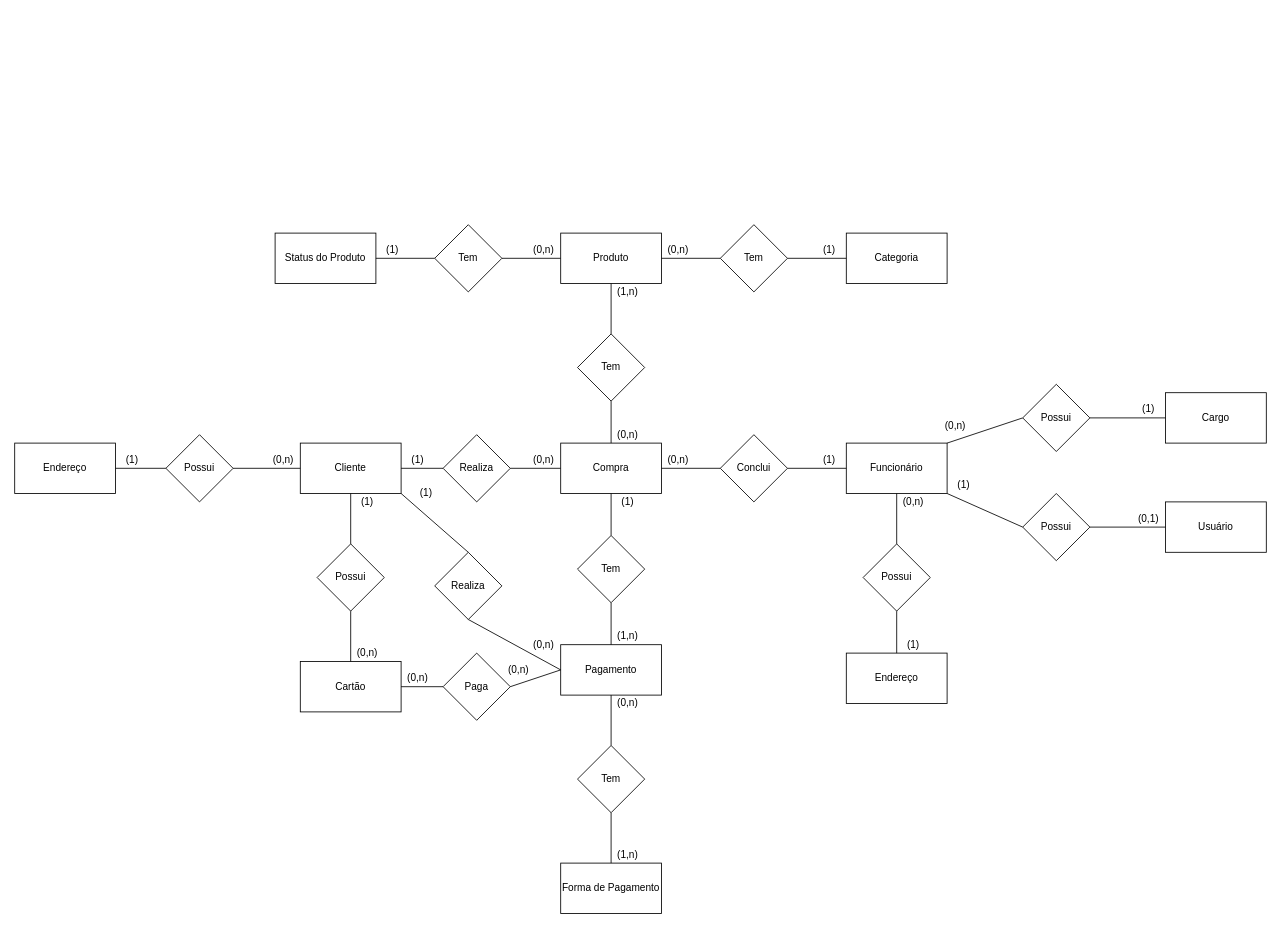
This is DiagramaER.drawio from EdilsonMedeiros/Projeto-Loja, a draw.io file, before an edit. Source tidied: cells renumbered, new cells numbered last; positions are measured from the earlier drawing's top-left corner, leaving out a move shared by most shapes. Both pictures are drawn from the tidied source at 84%, with x=0, y=0 at pixel (14, 224).
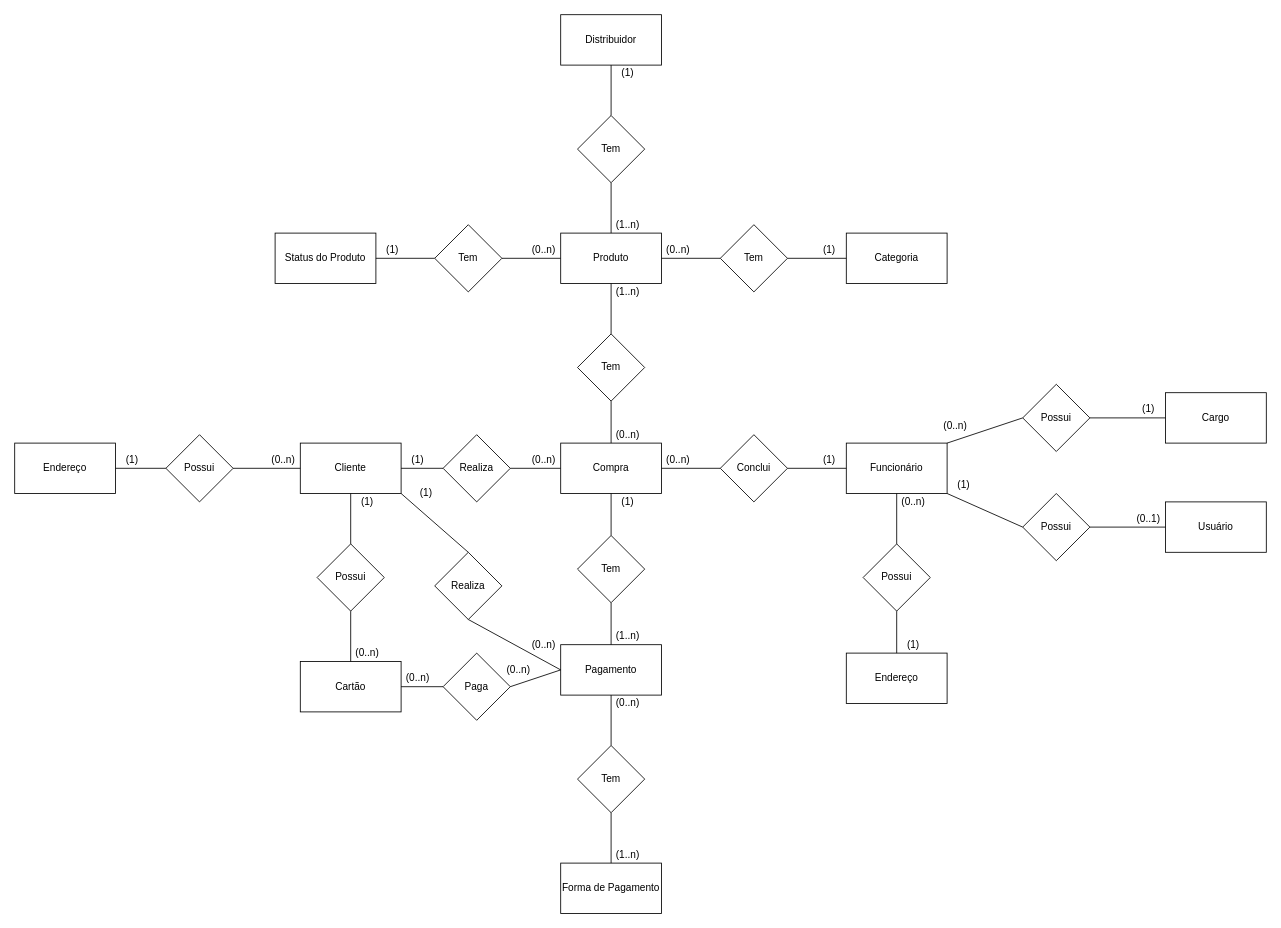
After the change.

The change refers to these unchanged cells:
```xml
<mxCell id="4" value="Produto" style="rounded=0;whiteSpace=wrap;html=1;" parent="1" vertex="1">
  <mxGeometry x="650" y="10" width="120" height="60" as="geometry" />
</mxCell>
```

What changed in the source:
```diff
@@
-    <mxCell id="16" value="(0,n)" style="text;html=1;strokeColor=none;fillColor=none;align=center;verticalAlign=middle;whiteSpace=wrap;rounded=0;" parent="1" vertex="1">
+    <mxCell id="16" value="(0..n)" style="text;html=1;strokeColor=none;fillColor=none;align=center;verticalAlign=middle;whiteSpace=wrap;rounded=0;" parent="1" vertex="1">
       <mxGeometry x="610" y="270" width="40" height="20" as="geometry" />
     </mxCell>
@@
-    <mxCell id="21" value="(0,n)" style="text;html=1;strokeColor=none;fillColor=none;align=center;verticalAlign=middle;whiteSpace=wrap;rounded=0;" parent="1" vertex="1">
+    <mxCell id="21" value="(0..n)" style="text;html=1;strokeColor=none;fillColor=none;align=center;verticalAlign=middle;whiteSpace=wrap;rounded=0;" parent="1" vertex="1">
       <mxGeometry x="710" y="240" width="40" height="20" as="geometry" />
     </mxCell>
-    <mxCell id="22" value="(1,n)" style="text;html=1;strokeColor=none;fillColor=none;align=center;verticalAlign=middle;whiteSpace=wrap;rounded=0;" parent="1" vertex="1">
+    <mxCell id="22" value="(1..n)" style="text;html=1;strokeColor=none;fillColor=none;align=center;verticalAlign=middle;whiteSpace=wrap;rounded=0;" parent="1" vertex="1">
       <mxGeometry x="710" y="70" width="40" height="20" as="geometry" />
     </mxCell>
@@
-    <mxCell id="30" value="(0,n)" style="text;html=1;strokeColor=none;fillColor=none;align=center;verticalAlign=middle;whiteSpace=wrap;rounded=0;" parent="1" vertex="1">
+    <mxCell id="30" value="(0..n)" style="text;html=1;strokeColor=none;fillColor=none;align=center;verticalAlign=middle;whiteSpace=wrap;rounded=0;" parent="1" vertex="1">
       <mxGeometry x="610" y="20" width="40" height="20" as="geometry" />
     </mxCell>
-    <mxCell id="31" value="(0,n)" style="text;html=1;strokeColor=none;fillColor=none;align=center;verticalAlign=middle;whiteSpace=wrap;rounded=0;" parent="1" vertex="1">
+    <mxCell id="31" value="(0..n)" style="text;html=1;strokeColor=none;fillColor=none;align=center;verticalAlign=middle;whiteSpace=wrap;rounded=0;" parent="1" vertex="1">
       <mxGeometry x="770" y="20" width="40" height="20" as="geometry" />
     </mxCell>
@@
-    <mxCell id="37" value="(0,n)" style="text;html=1;strokeColor=none;fillColor=none;align=center;verticalAlign=middle;whiteSpace=wrap;rounded=0;" parent="1" vertex="1">
+    <mxCell id="37" value="(0..n)" style="text;html=1;strokeColor=none;fillColor=none;align=center;verticalAlign=middle;whiteSpace=wrap;rounded=0;" parent="1" vertex="1">
       <mxGeometry x="770" y="270" width="40" height="20" as="geometry" />
     </mxCell>
@@
-    <mxCell id="44" value="(1,n)" style="text;html=1;strokeColor=none;fillColor=none;align=center;verticalAlign=middle;whiteSpace=wrap;rounded=0;" parent="1" vertex="1">
+    <mxCell id="44" value="(1..n)" style="text;html=1;strokeColor=none;fillColor=none;align=center;verticalAlign=middle;whiteSpace=wrap;rounded=0;" parent="1" vertex="1">
       <mxGeometry x="710" y="480" width="40" height="20" as="geometry" />
     </mxCell>
@@
-    <mxCell id="46" value="(0,n)" style="text;html=1;strokeColor=none;fillColor=none;align=center;verticalAlign=middle;whiteSpace=wrap;rounded=0;" parent="1" vertex="1">
+    <mxCell id="46" value="(0..n)" style="text;html=1;strokeColor=none;fillColor=none;align=center;verticalAlign=middle;whiteSpace=wrap;rounded=0;" parent="1" vertex="1">
       <mxGeometry x="610" y="490" width="40" height="20" as="geometry" />
     </mxCell>
@@
-    <mxCell id="49" value="(1,n)" style="text;html=1;strokeColor=none;fillColor=none;align=center;verticalAlign=middle;whiteSpace=wrap;rounded=0;" parent="1" vertex="1">
+    <mxCell id="49" value="(1..n)" style="text;html=1;strokeColor=none;fillColor=none;align=center;verticalAlign=middle;whiteSpace=wrap;rounded=0;" parent="1" vertex="1">
       <mxGeometry x="710" y="740" width="40" height="20" as="geometry" />
     </mxCell>
-    <mxCell id="50" value="(0,n)" style="text;html=1;strokeColor=none;fillColor=none;align=center;verticalAlign=middle;whiteSpace=wrap;rounded=0;" parent="1" vertex="1">
+    <mxCell id="50" value="(0..n)" style="text;html=1;strokeColor=none;fillColor=none;align=center;verticalAlign=middle;whiteSpace=wrap;rounded=0;" parent="1" vertex="1">
       <mxGeometry x="710" y="560" width="40" height="20" as="geometry" />
     </mxCell>
@@
-    <mxCell id="57" value="(0,n)" style="text;html=1;strokeColor=none;fillColor=none;align=center;verticalAlign=middle;whiteSpace=wrap;rounded=0;" parent="1" vertex="1">
+    <mxCell id="57" value="(0..n)" style="text;html=1;strokeColor=none;fillColor=none;align=center;verticalAlign=middle;whiteSpace=wrap;rounded=0;" parent="1" vertex="1">
       <mxGeometry x="1050" y="320" width="40" height="20" as="geometry" />
     </mxCell>
@@
-    <mxCell id="60" value="(0,n)" style="text;html=1;strokeColor=none;fillColor=none;align=center;verticalAlign=middle;whiteSpace=wrap;rounded=0;" parent="1" vertex="1">
+    <mxCell id="60" value="(0..n)" style="text;html=1;strokeColor=none;fillColor=none;align=center;verticalAlign=middle;whiteSpace=wrap;rounded=0;" parent="1" vertex="1">
       <mxGeometry x="300" y="270" width="40" height="20" as="geometry" />
     </mxCell>
@@
-    <mxCell id="68" value="(0,n)" style="text;html=1;strokeColor=none;fillColor=none;align=center;verticalAlign=middle;whiteSpace=wrap;rounded=0;" parent="1" vertex="1">
+    <mxCell id="68" value="(0..n)" style="text;html=1;strokeColor=none;fillColor=none;align=center;verticalAlign=middle;whiteSpace=wrap;rounded=0;" parent="1" vertex="1">
       <mxGeometry x="1100" y="230" width="40" height="20" as="geometry" />
     </mxCell>
@@
-    <mxCell id="71" value="(0,1)" style="text;html=1;strokeColor=none;fillColor=none;align=center;verticalAlign=middle;whiteSpace=wrap;rounded=0;" parent="1" vertex="1">
+    <mxCell id="71" value="(0..1)" style="text;html=1;strokeColor=none;fillColor=none;align=center;verticalAlign=middle;whiteSpace=wrap;rounded=0;" parent="1" vertex="1">
       <mxGeometry x="1330" y="340" width="40" height="20" as="geometry" />
     </mxCell>
@@
-    <mxCell id="79" value="(0,n)" style="text;html=1;strokeColor=none;fillColor=none;align=center;verticalAlign=middle;whiteSpace=wrap;rounded=0;" parent="1" vertex="1">
+    <mxCell id="79" value="(0..n)" style="text;html=1;strokeColor=none;fillColor=none;align=center;verticalAlign=middle;whiteSpace=wrap;rounded=0;" parent="1" vertex="1">
       <mxGeometry x="400" y="500" width="40" height="20" as="geometry" />
     </mxCell>
@@
-    <mxCell id="83" value="(0,n)" style="text;html=1;strokeColor=none;fillColor=none;align=center;verticalAlign=middle;whiteSpace=wrap;rounded=0;" parent="1" vertex="1">
+    <mxCell id="83" value="(0..n)" style="text;html=1;strokeColor=none;fillColor=none;align=center;verticalAlign=middle;whiteSpace=wrap;rounded=0;" parent="1" vertex="1">
       <mxGeometry x="460" y="530" width="40" height="20" as="geometry" />
     </mxCell>
-    <mxCell id="84" value="(0,n)" style="text;html=1;strokeColor=none;fillColor=none;align=center;verticalAlign=middle;whiteSpace=wrap;rounded=0;" parent="1" vertex="1">
+    <mxCell id="84" value="(0..n)" style="text;html=1;strokeColor=none;fillColor=none;align=center;verticalAlign=middle;whiteSpace=wrap;rounded=0;" parent="1" vertex="1">
       <mxGeometry x="580" y="520" width="40" height="20" as="geometry" />
     </mxCell>
+    <mxCell id="85" value="Tem" style="rhombus;whiteSpace=wrap;html=1;" parent="1" vertex="1">
+      <mxGeometry x="670" y="-130" width="80" height="80" as="geometry" />
+    </mxCell>
+    <mxCell id="86" value="Distribuidor" style="rounded=0;whiteSpace=wrap;html=1;" parent="1" vertex="1">
+      <mxGeometry x="650" y="-250" width="120" height="60" as="geometry" />
+    </mxCell>
+    <mxCell id="87" style="endArrow=none;html=1;exitX=0.5;exitY=0;exitDx=0;exitDy=0;entryX=0.5;entryY=1;entryDx=0;entryDy=0;" parent="1" edge="1" source="85" target="86">
+      <mxGeometry relative="1" as="geometry" />
+    </mxCell>
+    <mxCell id="88" style="endArrow=none;html=1;exitX=0.5;exitY=0;exitDx=0;exitDy=0;entryX=0.5;entryY=1;entryDx=0;entryDy=0;" parent="1" edge="1" source="4" target="85">
+      <mxGeometry relative="1" as="geometry" />
+    </mxCell>
+    <mxCell id="89" value="(1)" style="text;html=1;strokeColor=none;fillColor=none;align=center;verticalAlign=middle;whiteSpace=wrap;rounded=0;" parent="1" vertex="1">
+      <mxGeometry x="710" y="-190" width="40" height="20" as="geometry" />
+    </mxCell>
+    <mxCell id="90" value="(1..n)" style="text;html=1;strokeColor=none;fillColor=none;align=center;verticalAlign=middle;whiteSpace=wrap;rounded=0;" parent="1" vertex="1">
+      <mxGeometry x="710" y="-10" width="40" height="20" as="geometry" />
+    </mxCell>
```
